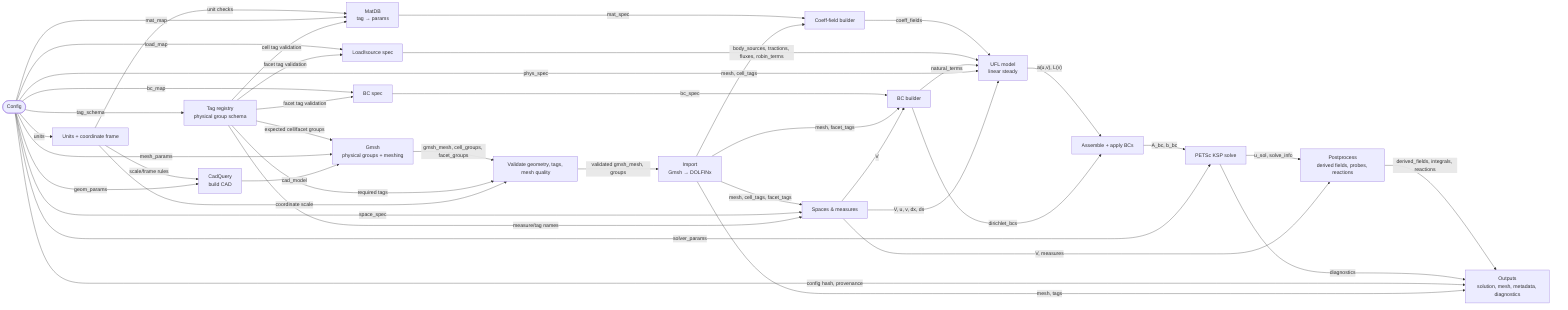
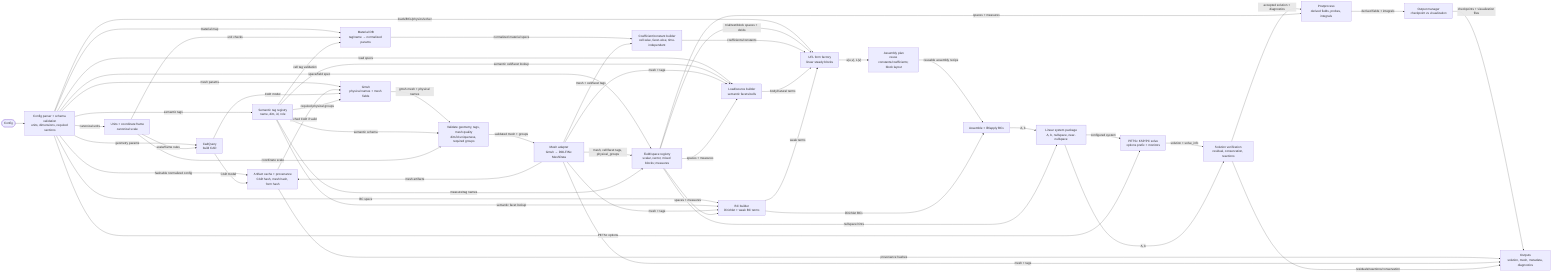
flowchart LR
    U([Config])
-     UNITS["Units + coordinate frame"]
-     TAGS["Tag registry\nphysical group schema"]
+     CFG["Config parser + schema validation\nunits, dimensions, required sections"]
+     UNITS["Units + coordinate frame\ncanonical scale"]
+     TAGS["Semantic tag registry\nname, dim, id, role"]
+     CACHE["Artifact cache + provenance\nCAD hash, mesh hash, form hash"]
    CQ["CadQuery\nbuild CAD"]
-     GM["Gmsh\nphysical groups + meshing"]
-     VAL["Validate geometry, tags, mesh quality"]
-     IM["Import\nGmsh → DOLFINx"]
-     FS["Spaces & measures"]
-     MDB["MatDB\ntag → params"]
-     CF["Coeff-field builder"]
-     LOADS["Load/source spec"]
-     BCS["BC spec"]
-     BCB["BC builder"]
-     PHYS["UFL model\nlinear steady"]
-     ASSY["Assemble + apply BCs"]
-     KSP["PETSc KSP solve"]
-     POST["Postprocess\nderived fields, probes, reactions"]
+     GM["Gmsh\nphysical names + mesh fields"]
+     VAL["Validate geometry, tags, mesh quality\ndim/id uniqueness, required groups"]
+     IM["Mesh adapter\nGmsh → DOLFINx MeshData"]
+     FS["Field/space registry\nscalar, vector, mixed blocks; measures"]
+     MDB["Material DB\ntag/name → normalized params"]
+     CF["Coefficient/constant builder\ncell-wise, facet-wise, time-independent"]
+     LOADS["Load/source builder\nsemantic facets/cells"]
+     BCS["BC builder\nDirichlet + weak BC terms"]
+     PHYS["UFL form factory\nlinear steady blocks"]
+     ASMPLAN["Assembly plan\nreuse constants/coefficients; block layout"]
+     ASSY["Assemble + lift/apply BCs"]
+     LINSYS["Linear system package\nA, b, nullspace, near-nullspace"]
+     KSP["PETSc KSP/PC solve\noptions prefix + monitors"]
+     QC["Solution verification\nresidual, conservation, reactions"]
+     POST["Postprocess\nderived fields, probes, integrals"]
+     IO["Output manager\ncheckpoint vs visualization"]
    OUT["Outputs\nsolution, mesh, metadata, diagnostics"]

- %% Global validation metadata
-     U -- units --> UNITS
-     U -- tag_schema --> TAGS
-     UNITS -- scale/frame rules --> CQ
-     UNITS -- unit checks --> MDB
-     TAGS -- expected cell/facet groups --> GM
+ %% Config and semantics
+     U --> CFG
+     CFG -- canonical units --> UNITS
+     CFG -- semantic tags --> TAGS
+     CFG -- hashable normalized config --> CACHE
+     CFG -- geometry params --> CQ
+     CFG -- mesh params --> GM
+     CFG -- space/field spec --> FS
+     CFG -- material map --> MDB
+     CFG -- loads/BCs/physics/solver --> PHYS

%% Geometry + mesh
-     U -- geom_params --> CQ
-     U -- mesh_params --> GM
-     CQ -- cad_model --> GM
-     GM -- "gmsh_mesh, cell_groups, facet_groups" --> VAL
-     TAGS -- required tags --> VAL
+     UNITS -- scale/frame rules --> CQ
+     CQ -- CAD model --> CACHE
+     CACHE -- cached CAD if valid --> GM
+     CQ -- CAD model --> GM
+     TAGS -- required physical groups --> GM
+     GM -- gmsh mesh + physical names --> VAL
+     TAGS -- semantic schema --> VAL
    UNITS -- coordinate scale --> VAL
-     VAL -- "validated gmsh_mesh, groups" --> IM
-     IM -- "mesh, cell_tags, facet_tags" --> FS
+     VAL -- validated mesh + groups --> IM
+     IM -- mesh, cell/facet tags, physical_groups --> FS
+     IM -- mesh artifacts --> CACHE

- %% Spaces + measures
-     U -- space_spec --> FS
+ %% Fields, materials, loads, BCs
    TAGS -- measure/tag names --> FS
+     UNITS -- unit checks --> MDB
+     TAGS -- cell tag validation --> MDB
+     MDB -- normalized material specs --> CF
+     IM -- mesh + cell/facet tags --> CF
+     CFG -- load specs --> LOADS
+     CFG -- BC specs --> BCS
+     TAGS -- semantic cell/facet lookup --> LOADS
+     TAGS -- semantic facet lookup --> BCS
+     IM -- mesh + tags --> LOADS
+     IM -- mesh + tags --> BCS
+     FS -- spaces + measures --> LOADS
+     FS -- spaces + measures --> BCS

- %% Materials / coefficients
-     U -- mat_map --> MDB
-     TAGS -- cell tag validation --> MDB
-     MDB -- mat_spec --> CF
-     IM -- "mesh, cell_tags" --> CF
-     CF -- coeff_fields --> PHYS
- 
- %% Loads and boundary conditions
-     U -- load_map --> LOADS
-     U -- bc_map --> BCS
-     TAGS -- facet tag validation --> LOADS
-     TAGS -- facet tag validation --> BCS
-     LOADS -- "body_sources, tractions, fluxes, robin_terms" --> PHYS
-     BCS -- bc_spec --> BCB
-     IM -- "mesh, facet_tags" --> BCB
-     FS -- V --> BCB
-     BCB -- natural_terms --> PHYS
- 
- %% Physics + forms
-     U -- phys_spec --> PHYS
-     FS -- "V, u, v, dx, ds" --> PHYS
-     PHYS -- "a(u,v), L(v)" --> ASSY
-     BCB -- dirichlet_bcs --> ASSY
-     ASSY -- "A_bc, b_bc" --> KSP
-     U -- solver_params --> KSP
+ %% Problem construction and solve
+     FS -- trial/test/block spaces + dx/ds --> PHYS
+     CF -- coefficients/constants --> PHYS
+     LOADS -- body/natural terms --> PHYS
+     BCS -- weak terms --> PHYS
+     PHYS -- a(u,v), L(v) --> ASMPLAN
+     ASMPLAN -- reusable assembly recipe --> ASSY
+     BCS -- Dirichlet BCs --> ASSY
+     ASSY -- A, b --> LINSYS
+     FS -- nullspace hints --> LINSYS
+     LINSYS -- configured system --> KSP
+     CFG -- PETSc options --> KSP

%% Results
-     KSP -- "u_sol, solve_info" --> POST
-     FS -- "V, measures" --> POST
-     POST -- "derived_fields, integrals, reactions" --> OUT
-     KSP -- diagnostics --> OUT
-     U -- "config hash, provenance" --> OUT
-     IM -- "mesh, tags" --> OUT
+     KSP -- solution + solve_info --> QC
+     LINSYS -- A, b --> QC
+     QC -- accepted solution + diagnostics --> POST
+     FS -- spaces + measures --> POST
+     POST -- derived fields + integrals --> IO
+     IO -- checkpoints + visualization files --> OUT
+     CACHE -- provenance hashes --> OUT
+     IM -- mesh + tags --> OUT
+     QC -- residuals/reactions/conservation --> OUT
